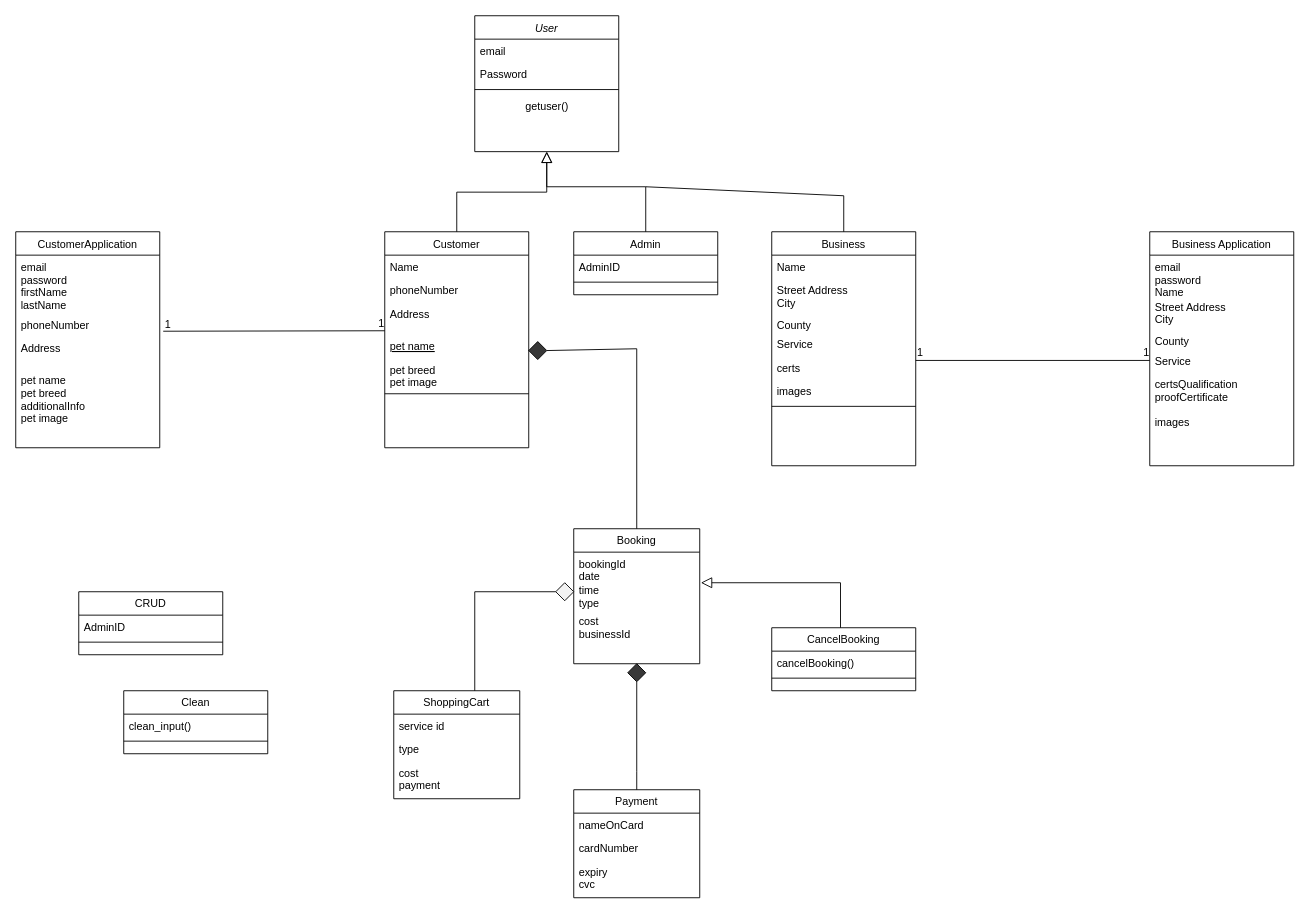
This is SETClass.drawio from StevenKelly99/Stressfree-Pets, a draw.io file, before an edit. Source tidied: cells renumbered, new cells numbered last; positions are measured from the earlier drawing's top-left corner, leaving out a move shared by most shapes. Both pictures are drawn from the tidied source at 90%, with x=0, y=0 at pixel (15, 15).
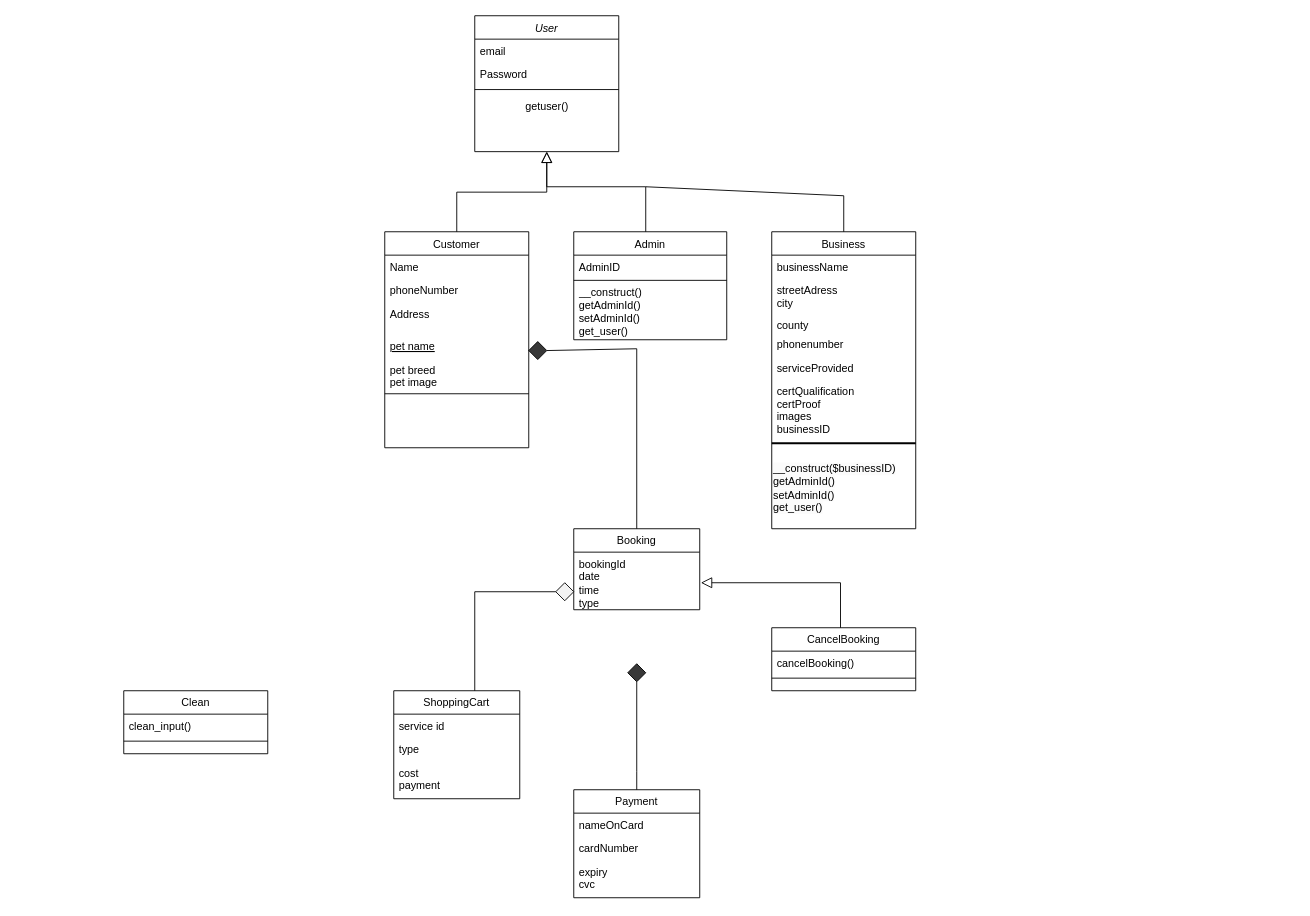
The same diagram, later.

What changed in the source:
```diff
@@
     <mxCell id="15" value="Admin" style="swimlane;fontStyle=0;align=center;verticalAlign=top;horizontal=1;startSize=26;rounded=0;shadow=0;strokeWidth=1;" parent="1" vertex="1">
-      <mxGeometry x="620" y="240" width="160" height="70" as="geometry" />
+      <mxGeometry x="620" y="240" width="170" height="120" as="geometry" />
     </mxCell>
     <mxCell id="16" value="AdminID" style="text;align=left;verticalAlign=top;spacingLeft=4;spacingRight=4;overflow=hidden;" parent="15" vertex="1">
-      <mxGeometry y="26" width="160" height="26" as="geometry" />
+      <mxGeometry y="26" width="170" height="24" as="geometry" />
     </mxCell>
     <mxCell id="17" style="line;html=1;strokeWidth=1;align=left;verticalAlign=middle;spacingTop=-1;spacingLeft=3;spacingRight=3;labelPosition=right;" parent="15" vertex="1">
-      <mxGeometry y="52" width="160" height="8" as="geometry" />
+      <mxGeometry y="50" width="170" height="8" as="geometry" />
     </mxCell>
+    <mxCell id="79" value="__construct()&lt;br&gt;getAdminId()&lt;br&gt;setAdminId()&lt;br&gt;get_user()" style="text;strokeColor=none;fillColor=none;align=left;verticalAlign=middle;spacingLeft=4;spacingRight=4;overflow=hidden;whiteSpace=wrap;html=1;" parent="15" vertex="1">
+      <mxGeometry y="58" width="170" height="62" as="geometry" />
+    </mxCell>
@@
     <mxCell id="19" value="Business" style="swimlane;fontStyle=0;align=center;verticalAlign=top;horizontal=1;startSize=26;rounded=0;shadow=0;strokeWidth=1;" parent="1" vertex="1">
-      <mxGeometry x="840" y="240" width="160" height="260" as="geometry" />
+      <mxGeometry x="840" y="240" width="160" height="330" as="geometry" />
     </mxCell>
-    <mxCell id="20" value="Name" style="text;align=left;verticalAlign=top;spacingLeft=4;spacingRight=4;overflow=hidden;" parent="19" vertex="1">
+    <mxCell id="20" value="businessName" style="text;align=left;verticalAlign=top;spacingLeft=4;spacingRight=4;overflow=hidden;" parent="19" vertex="1">
       <mxGeometry y="26" width="160" height="26" as="geometry" />
     </mxCell>
-    <mxCell id="21" value="Street Address&#10;City" style="text;align=left;verticalAlign=top;spacingLeft=4;spacingRight=4;overflow=hidden;rounded=0;shadow=0;html=0;" parent="19" vertex="1">
+    <mxCell id="21" value="streetAdress&#10;city" style="text;align=left;verticalAlign=top;spacingLeft=4;spacingRight=4;overflow=hidden;rounded=0;shadow=0;html=0;" parent="19" vertex="1">
       <mxGeometry y="52" width="160" height="38" as="geometry" />
     </mxCell>
-    <mxCell id="22" value="County " style="text;align=left;verticalAlign=top;spacingLeft=4;spacingRight=4;overflow=hidden;rounded=0;shadow=0;html=0;" parent="19" vertex="1">
+    <mxCell id="22" value="county" style="text;align=left;verticalAlign=top;spacingLeft=4;spacingRight=4;overflow=hidden;rounded=0;shadow=0;html=0;" parent="19" vertex="1">
       <mxGeometry y="90" width="160" height="22" as="geometry" />
     </mxCell>
-    <mxCell id="23" value="Service" style="text;align=left;verticalAlign=top;spacingLeft=4;spacingRight=4;overflow=hidden;rounded=0;shadow=0;html=0;" parent="19" vertex="1">
+    <mxCell id="23" value="phonenumber" style="text;align=left;verticalAlign=top;spacingLeft=4;spacingRight=4;overflow=hidden;rounded=0;shadow=0;html=0;" parent="19" vertex="1">
       <mxGeometry y="112" width="160" height="26" as="geometry" />
     </mxCell>
-    <mxCell id="24" value="certs" style="text;align=left;verticalAlign=top;spacingLeft=4;spacingRight=4;overflow=hidden;rounded=0;shadow=0;html=0;" parent="19" vertex="1">
+    <mxCell id="24" value="serviceProvided" style="text;align=left;verticalAlign=top;spacingLeft=4;spacingRight=4;overflow=hidden;rounded=0;shadow=0;html=0;" parent="19" vertex="1">
       <mxGeometry y="138" width="160" height="26" as="geometry" />
     </mxCell>
-    <mxCell id="25" value="images" style="text;align=left;verticalAlign=top;spacingLeft=4;spacingRight=4;overflow=hidden;rounded=0;shadow=0;html=0;" parent="19" vertex="1">
-      <mxGeometry y="164" width="160" height="26" as="geometry" />
+    <mxCell id="25" value="certQualification&#10;certProof&#10;images&#10;businessID" style="text;align=left;verticalAlign=top;spacingLeft=4;spacingRight=4;overflow=hidden;rounded=0;shadow=0;html=0;" parent="19" vertex="1">
+      <mxGeometry y="164" width="160" height="86" as="geometry" />
     </mxCell>
-    <mxCell id="26" style="line;html=1;strokeWidth=1;align=left;verticalAlign=middle;spacingTop=-1;spacingLeft=3;spacingRight=3;labelPosition=right;" parent="19" vertex="1">
-      <mxGeometry y="190" width="160" height="8" as="geometry" />
-    </mxCell>
+    <mxCell id="80" value="&lt;span style=&quot;color: rgb(0, 0, 0); font-family: Helvetica; font-size: 12px; font-style: normal; font-variant-ligatures: normal; font-variant-caps: normal; font-weight: 400; letter-spacing: normal; orphans: 2; text-align: left; text-indent: 0px; text-transform: none; widows: 2; word-spacing: 0px; -webkit-text-stroke-width: 0px; background-color: rgb(251, 251, 251); text-decoration-thickness: initial; text-decoration-style: initial; text-decoration-color: initial; float: none; display: inline !important;&quot;&gt;__construct($businessID)&lt;/span&gt;&lt;br style=&quot;border-color: var(--border-color); color: rgb(0, 0, 0); font-family: Helvetica; font-size: 12px; font-style: normal; font-variant-ligatures: normal; font-variant-caps: normal; font-weight: 400; letter-spacing: normal; orphans: 2; text-align: left; text-indent: 0px; text-transform: none; widows: 2; word-spacing: 0px; -webkit-text-stroke-width: 0px; background-color: rgb(251, 251, 251); text-decoration-thickness: initial; text-decoration-style: initial; text-decoration-color: initial;&quot;&gt;&lt;span style=&quot;color: rgb(0, 0, 0); font-family: Helvetica; font-size: 12px; font-style: normal; font-variant-ligatures: normal; font-variant-caps: normal; font-weight: 400; letter-spacing: normal; orphans: 2; text-align: left; text-indent: 0px; text-transform: none; widows: 2; word-spacing: 0px; -webkit-text-stroke-width: 0px; background-color: rgb(251, 251, 251); text-decoration-thickness: initial; text-decoration-style: initial; text-decoration-color: initial; float: none; display: inline !important;&quot;&gt;getAdminId()&lt;/span&gt;&lt;br style=&quot;border-color: var(--border-color); color: rgb(0, 0, 0); font-family: Helvetica; font-size: 12px; font-style: normal; font-variant-ligatures: normal; font-variant-caps: normal; font-weight: 400; letter-spacing: normal; orphans: 2; text-align: left; text-indent: 0px; text-transform: none; widows: 2; word-spacing: 0px; -webkit-text-stroke-width: 0px; background-color: rgb(251, 251, 251); text-decoration-thickness: initial; text-decoration-style: initial; text-decoration-color: initial;&quot;&gt;&lt;span style=&quot;color: rgb(0, 0, 0); font-family: Helvetica; font-size: 12px; font-style: normal; font-variant-ligatures: normal; font-variant-caps: normal; font-weight: 400; letter-spacing: normal; orphans: 2; text-align: left; text-indent: 0px; text-transform: none; widows: 2; word-spacing: 0px; -webkit-text-stroke-width: 0px; background-color: rgb(251, 251, 251); text-decoration-thickness: initial; text-decoration-style: initial; text-decoration-color: initial; float: none; display: inline !important;&quot;&gt;setAdminId()&lt;/span&gt;&lt;br style=&quot;border-color: var(--border-color); color: rgb(0, 0, 0); font-family: Helvetica; font-size: 12px; font-style: normal; font-variant-ligatures: normal; font-variant-caps: normal; font-weight: 400; letter-spacing: normal; orphans: 2; text-align: left; text-indent: 0px; text-transform: none; widows: 2; word-spacing: 0px; -webkit-text-stroke-width: 0px; background-color: rgb(251, 251, 251); text-decoration-thickness: initial; text-decoration-style: initial; text-decoration-color: initial;&quot;&gt;&lt;span style=&quot;color: rgb(0, 0, 0); font-family: Helvetica; font-size: 12px; font-style: normal; font-variant-ligatures: normal; font-variant-caps: normal; font-weight: 400; letter-spacing: normal; orphans: 2; text-align: left; text-indent: 0px; text-transform: none; widows: 2; word-spacing: 0px; -webkit-text-stroke-width: 0px; background-color: rgb(251, 251, 251); text-decoration-thickness: initial; text-decoration-style: initial; text-decoration-color: initial; float: none; display: inline !important;&quot;&gt;get_user()&lt;/span&gt;" style="text;whiteSpace=wrap;html=1;" parent="19" vertex="1">
+      <mxGeometry y="250" width="160" height="80" as="geometry" />
+    </mxCell>
@@
     <mxCell id="28" value="Booking" style="swimlane;fontStyle=0;horizontal=1;startSize=26;fillColor=none;whiteSpace=wrap;html=1;" parent="1" vertex="1">
-      <mxGeometry x="620" y="570" width="140" height="150" as="geometry" />
+      <mxGeometry x="620" y="570" width="140" height="90" as="geometry" />
     </mxCell>
@@
-    <mxCell id="31" value="cost&lt;br&gt;businessId" style="text;strokeColor=none;fillColor=none;align=left;verticalAlign=top;spacingLeft=4;spacingRight=4;overflow=hidden;whiteSpace=wrap;html=1;" parent="28" vertex="1">
-      <mxGeometry y="90" width="140" height="60" as="geometry" />
-    </mxCell>
@@
-    <mxCell id="42" value="Business Application" style="swimlane;fontStyle=0;align=center;verticalAlign=top;horizontal=1;startSize=26;rounded=0;shadow=0;strokeWidth=1;" parent="1" vertex="1">
-      <mxGeometry x="1260" y="240" width="160" height="260" as="geometry" />
-    </mxCell>
-    <mxCell id="43" value="email&#10;password&#10;Name" style="text;align=left;verticalAlign=top;spacingLeft=4;spacingRight=4;overflow=hidden;" parent="42" vertex="1">
-      <mxGeometry y="26" width="160" height="44" as="geometry" />
-    </mxCell>
-    <mxCell id="44" value="Street Address&#10;City" style="text;align=left;verticalAlign=top;spacingLeft=4;spacingRight=4;overflow=hidden;rounded=0;shadow=0;html=0;" parent="42" vertex="1">
-      <mxGeometry y="70" width="160" height="38" as="geometry" />
-    </mxCell>
-    <mxCell id="45" value="County " style="text;align=left;verticalAlign=top;spacingLeft=4;spacingRight=4;overflow=hidden;rounded=0;shadow=0;html=0;" parent="42" vertex="1">
-      <mxGeometry y="108" width="160" height="22" as="geometry" />
-    </mxCell>
-    <mxCell id="46" value="Service" style="text;align=left;verticalAlign=top;spacingLeft=4;spacingRight=4;overflow=hidden;points=[[0,0.5],[1,0.5]];portConstraint=eastwest;rounded=0;shadow=0;html=0;" parent="42" vertex="1">
-      <mxGeometry y="130" width="160" height="26" as="geometry" />
-    </mxCell>
-    <mxCell id="47" value="certsQualification&#10;proofCertificate " style="text;align=left;verticalAlign=top;spacingLeft=4;spacingRight=4;overflow=hidden;rounded=0;shadow=0;html=0;" parent="42" vertex="1">
-      <mxGeometry y="156" width="160" height="42" as="geometry" />
-    </mxCell>
-    <mxCell id="48" value="images" style="text;align=left;verticalAlign=top;spacingLeft=4;spacingRight=4;overflow=hidden;rounded=0;shadow=0;html=0;" parent="42" vertex="1">
-      <mxGeometry y="198" width="160" height="26" as="geometry" />
-    </mxCell>
-    <mxCell id="49" value="CustomerApplication" style="swimlane;fontStyle=0;align=center;verticalAlign=top;horizontal=1;startSize=26;rounded=0;shadow=0;strokeWidth=1;" parent="1" vertex="1">
-      <mxGeometry y="240" width="160" height="240" as="geometry" />
-    </mxCell>
-    <mxCell id="50" value="email&#10;password&#10;firstName&#10;lastName" style="text;align=left;verticalAlign=top;spacingLeft=4;spacingRight=4;overflow=hidden;" parent="49" vertex="1">
-      <mxGeometry y="26" width="160" height="64" as="geometry" />
-    </mxCell>
-    <mxCell id="51" value="phoneNumber" style="text;align=left;verticalAlign=top;spacingLeft=4;spacingRight=4;overflow=hidden;rounded=0;shadow=0;html=0;" parent="49" vertex="1">
-      <mxGeometry y="90" width="160" height="26" as="geometry" />
-    </mxCell>
-    <mxCell id="52" value="Address" style="text;align=left;verticalAlign=top;spacingLeft=4;spacingRight=4;overflow=hidden;points=[[0,0.5],[1,0.5]];portConstraint=eastwest;" parent="49" vertex="1">
-      <mxGeometry y="116" width="160" height="36" as="geometry" />
-    </mxCell>
-    <mxCell id="53" value="pet name&#10;pet breed&#10;additionalInfo&#10;pet image&#10;" style="text;align=left;verticalAlign=top;spacingLeft=4;spacingRight=4;overflow=hidden;" parent="49" vertex="1">
-      <mxGeometry y="152" width="160" height="58" as="geometry" />
-    </mxCell>
@@
-    <mxCell id="57" value="CRUD" style="swimlane;fontStyle=0;align=center;verticalAlign=top;horizontal=1;startSize=26;rounded=0;shadow=0;strokeWidth=1;" parent="1" vertex="1">
-      <mxGeometry x="70" y="640" width="160" height="70" as="geometry" />
-    </mxCell>
-    <mxCell id="58" value="AdminID" style="text;align=left;verticalAlign=top;spacingLeft=4;spacingRight=4;overflow=hidden;" parent="57" vertex="1">
-      <mxGeometry y="26" width="160" height="26" as="geometry" />
-    </mxCell>
-    <mxCell id="59" style="line;html=1;strokeWidth=1;align=left;verticalAlign=middle;spacingTop=-1;spacingLeft=3;spacingRight=3;labelPosition=right;" parent="57" vertex="1">
-      <mxGeometry y="52" width="160" height="8" as="geometry" />
-    </mxCell>
@@
-    <mxCell id="67" style="endArrow=none;html=1;rounded=0;align=center;verticalAlign=top;endFill=0;labelBackgroundColor=none;exitX=1.024;exitY=-0.152;exitDx=0;exitDy=0;exitPerimeter=0;" parent="1" edge="1" source="52">
-      <mxGeometry relative="1" as="geometry">
-        <mxPoint x="410" y="350" as="targetPoint" />
-      </mxGeometry>
-    </mxCell>
-    <mxCell id="68" value="1" style="html=1;align=left;verticalAlign=bottom;labelBackgroundColor=none;" parent="67" vertex="1">
-      <mxGeometry x="-1" relative="1" as="geometry" />
-    </mxCell>
-    <mxCell id="69" style="html=1;align=left;verticalAlign=top;labelBackgroundColor=none;" parent="67" vertex="1">
-      <mxGeometry x="-1" relative="1" as="geometry" />
-    </mxCell>
-    <mxCell id="70" value="1" style="html=1;align=right;verticalAlign=bottom;labelBackgroundColor=none;" parent="67" vertex="1">
-      <mxGeometry x="1" relative="1" as="geometry" />
-    </mxCell>
-    <mxCell id="71" style="html=1;align=right;verticalAlign=top;labelBackgroundColor=none;" parent="67" vertex="1">
-      <mxGeometry x="1" relative="1" as="geometry" />
-    </mxCell>
-    <mxCell id="72" style="endArrow=none;html=1;rounded=0;align=center;verticalAlign=top;endFill=0;labelBackgroundColor=none;exitX=1.024;exitY=-0.152;exitDx=0;exitDy=0;exitPerimeter=0;entryX=0;entryY=0.5;entryDx=0;entryDy=0;" parent="1" edge="1" target="46">
-      <mxGeometry relative="1" as="geometry">
-        <mxPoint x="1000" y="383" as="sourcePoint" />
-      </mxGeometry>
-    </mxCell>
-    <mxCell id="73" value="1" style="html=1;align=left;verticalAlign=bottom;labelBackgroundColor=none;" parent="72" vertex="1">
-      <mxGeometry x="-1" relative="1" as="geometry" />
-    </mxCell>
-    <mxCell id="74" style="html=1;align=left;verticalAlign=top;labelBackgroundColor=none;" parent="72" vertex="1">
-      <mxGeometry x="-1" relative="1" as="geometry" />
-    </mxCell>
-    <mxCell id="75" value="1" style="html=1;align=right;verticalAlign=bottom;labelBackgroundColor=none;" parent="72" vertex="1">
-      <mxGeometry x="1" relative="1" as="geometry" />
-    </mxCell>
-    <mxCell id="76" style="html=1;align=right;verticalAlign=top;labelBackgroundColor=none;" parent="72" vertex="1">
-      <mxGeometry x="1" relative="1" as="geometry" />
-    </mxCell>
@@
+    <mxCell id="81" style="line;strokeWidth=2;html=1;" parent="1" vertex="1">
+      <mxGeometry x="840" y="470" width="160" height="10" as="geometry" />
+    </mxCell>
```
